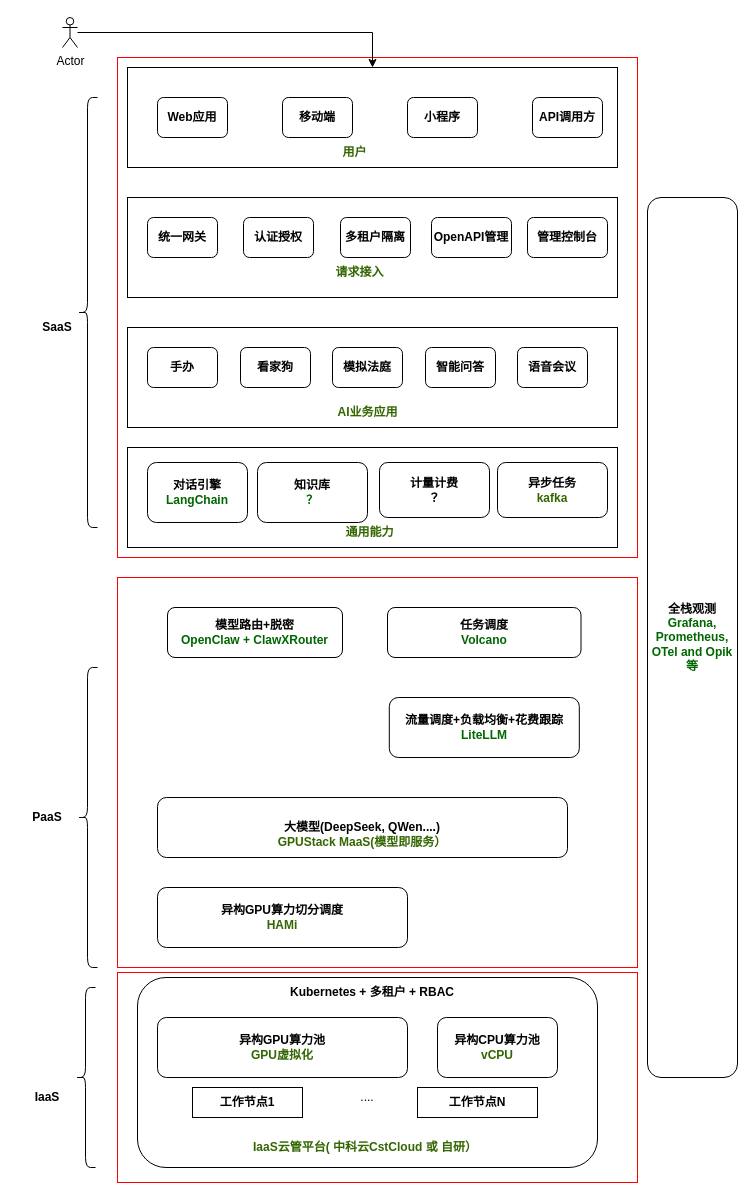
wlijian-max/digrams keeps this draw.io diagram as starbrain.drawio. Above is the earlier version. Source tidied: cells renumbered, new cells numbered last; positions are measured from the earlier drawing's top-left corner, leaving out a move shared by most shapes. Both pictures are drawn from the tidied source at 100%, with x=0, y=0 at pixel (17, 17).
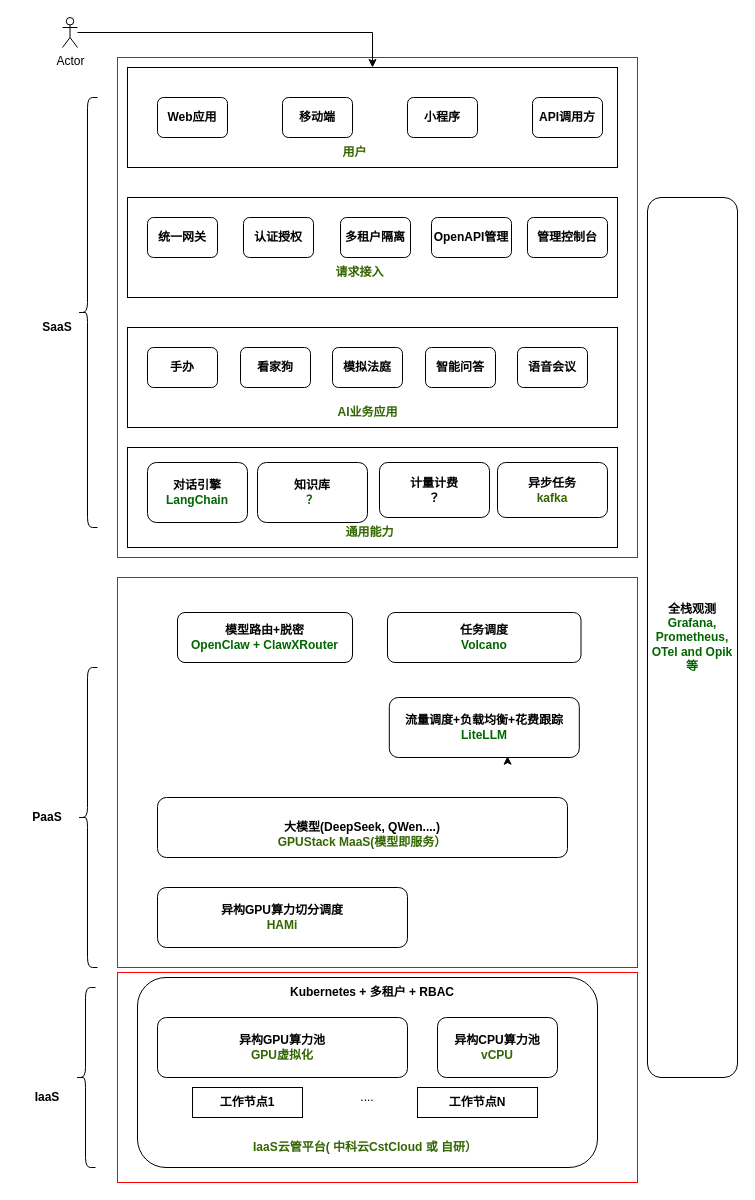
The same diagram, later.

Unchanged cells that the change refers to:
```xml
<mxCell id="23" value="&lt;b&gt;流量调度+负载均衡+花费跟踪&lt;br&gt;&lt;font style=&quot;color: rgb(0, 102, 0);&quot;&gt;LiteLLM&lt;/font&gt;&lt;/b&gt;" style="rounded=1;whiteSpace=wrap;html=1;" parent="1" vertex="1">
  <mxGeometry x="371.8" y="680" width="190" height="60" as="geometry" />
</mxCell>
```

Change to the diagram source:
```diff
@@
     <mxCell id="21" value="&lt;b&gt;模型路由+脱密&lt;br&gt;&lt;font style=&quot;color: rgb(0, 102, 0);&quot;&gt;OpenClaw + ClawXRouter&lt;/font&gt;&lt;/b&gt;" style="rounded=1;whiteSpace=wrap;html=1;" parent="1" vertex="1">
-      <mxGeometry x="150" y="590" width="175" height="50" as="geometry" />
+      <mxGeometry x="160" y="595" width="175" height="50" as="geometry" />
     </mxCell>
@@
     <mxCell id="52" value="&lt;b&gt;任务调度&lt;br&gt;&lt;font color=&quot;#006600&quot;&gt;Volcano&lt;/font&gt;&lt;/b&gt;" style="rounded=1;whiteSpace=wrap;html=1;" parent="1" vertex="1">
-      <mxGeometry x="370" y="590" width="193.5" height="50" as="geometry" />
+      <mxGeometry x="370" y="595" width="193.5" height="50" as="geometry" />
     </mxCell>
+    <mxCell id="53" style="edgeStyle=orthogonalEdgeStyle;rounded=0;orthogonalLoop=1;jettySize=auto;html=1;exitX=0.5;exitY=1;exitDx=0;exitDy=0;entryX=0.622;entryY=0.978;entryDx=0;entryDy=0;entryPerimeter=0;" parent="1" edge="1" source="23" target="23">
+      <mxGeometry relative="1" as="geometry" />
+    </mxCell>
```
